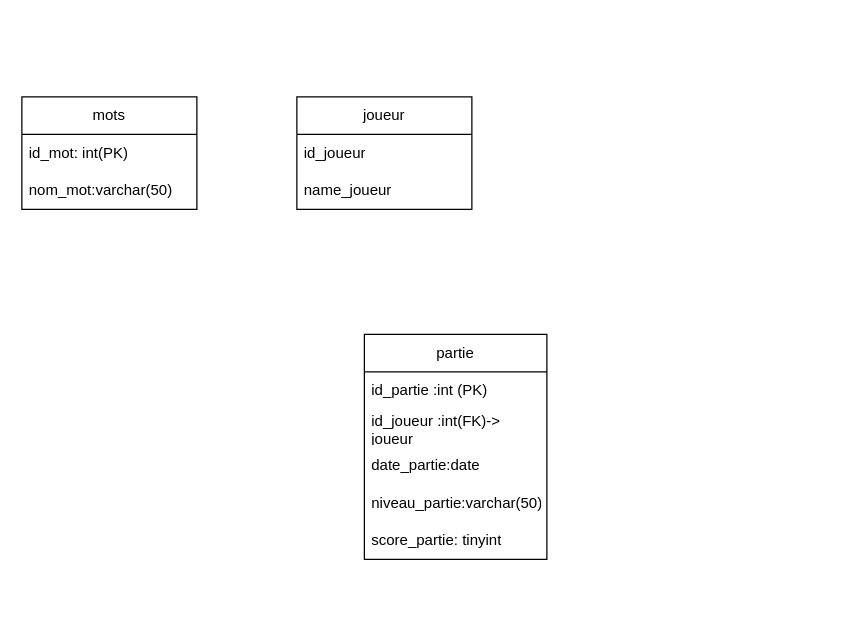
This is mcd pendu.drawio from achraf768/penduBDD, a draw.io file, before an edit. Source tidied: cells renumbered, new cells numbered last; positions are measured from the earlier drawing's top-left corner, leaving out a move shared by most shapes. Both pictures are drawn from the tidied source at 125%, with x=0, y=0 at pixel (21, 96).
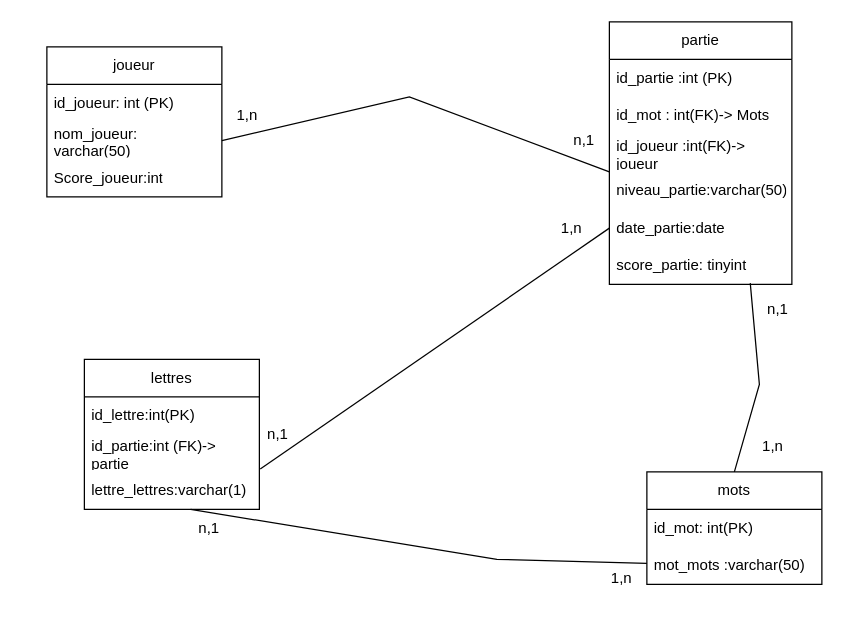
Above is the later version.

Commit message:
Mettre à jour mcd pendu.drawio

The edit, as a diff of the source:
```diff
@@
     <mxCell id="2" value="mots" style="swimlane;fontStyle=0;horizontal=1;startSize=30;whiteSpace=wrap;html=1;" parent="1" vertex="1">
-      <mxGeometry width="140" height="90" as="geometry" />
+      <mxGeometry x="500" y="300" width="140" height="90" as="geometry" />
     </mxCell>
@@
-    <mxCell id="4" value="nom_mot:varchar(50)" style="text;strokeColor=none;fillColor=none;align=left;verticalAlign=middle;spacingLeft=4;spacingRight=4;overflow=hidden;points=[[0,0.5],[1,0.5]];portConstraint=eastwest;whiteSpace=wrap;html=1;" parent="2" vertex="1">
+    <mxCell id="4" value="mot_mots :varchar(50)" style="text;strokeColor=none;fillColor=none;align=left;verticalAlign=middle;spacingLeft=4;spacingRight=4;overflow=hidden;points=[[0,0.5],[1,0.5]];portConstraint=eastwest;whiteSpace=wrap;html=1;" parent="2" vertex="1">
       <mxGeometry y="60" width="140" height="30" as="geometry" />
     </mxCell>
     <mxCell id="5" value="partie" style="swimlane;fontStyle=0;horizontal=1;startSize=30;whiteSpace=wrap;html=1;" parent="1" vertex="1">
-      <mxGeometry x="274" y="190" width="146" height="180" as="geometry" />
+      <mxGeometry x="470" y="-60" width="146" height="210" as="geometry" />
     </mxCell>
@@
+    <mxCell id="14" value="id_mot : int(FK)-&amp;gt; Mots" style="text;strokeColor=none;fillColor=none;align=left;verticalAlign=middle;spacingLeft=4;spacingRight=4;overflow=hidden;whiteSpace=wrap;html=1;" parent="5" vertex="1">
+      <mxGeometry y="60" width="146" height="30" as="geometry" />
+    </mxCell>
     <mxCell id="7" value="id_joueur :int(FK)-&amp;gt; joueur" style="text;strokeColor=none;fillColor=none;align=left;verticalAlign=middle;spacingLeft=4;spacingRight=4;overflow=hidden;whiteSpace=wrap;html=1;" parent="5" vertex="1">
-      <mxGeometry y="60" width="146" height="30" as="geometry" />
+      <mxGeometry y="90" width="146" height="30" as="geometry" />
     </mxCell>
+    <mxCell id="9" value="niveau_partie:varchar(50)" style="text;strokeColor=none;fillColor=none;align=left;verticalAlign=middle;spacingLeft=4;spacingRight=4;overflow=hidden;points=[[0,0.5],[1,0.5]];portConstraint=eastwest;whiteSpace=wrap;html=1;" parent="5" vertex="1">
+      <mxGeometry y="120" width="146" height="30" as="geometry" />
+    </mxCell>
     <mxCell id="8" value="date_partie:date" style="text;strokeColor=none;fillColor=none;align=left;verticalAlign=middle;spacingLeft=4;spacingRight=4;overflow=hidden;points=[[0,0.5],[1,0.5]];portConstraint=eastwest;whiteSpace=wrap;html=1;" parent="5" vertex="1">
-      <mxGeometry y="90" width="146" height="30" as="geometry" />
+      <mxGeometry y="150" width="146" height="30" as="geometry" />
     </mxCell>
-    <mxCell id="9" value="niveau_partie:varchar(50)" style="text;strokeColor=none;fillColor=none;align=left;verticalAlign=middle;spacingLeft=4;spacingRight=4;overflow=hidden;points=[[0,0.5],[1,0.5]];portConstraint=eastwest;whiteSpace=wrap;html=1;" parent="5" vertex="1">
-      <mxGeometry y="120" width="146" height="30" as="geometry" />
-    </mxCell>
     <mxCell id="10" value="score_partie: tinyint" style="text;strokeColor=none;fillColor=none;align=left;verticalAlign=middle;spacingLeft=4;spacingRight=4;overflow=hidden;points=[[0,0.5],[1,0.5]];portConstraint=eastwest;whiteSpace=wrap;html=1;" parent="5" vertex="1">
-      <mxGeometry y="150" width="146" height="30" as="geometry" />
+      <mxGeometry y="180" width="146" height="30" as="geometry" />
     </mxCell>
     <mxCell id="11" value="joueur" style="swimlane;fontStyle=0;horizontal=1;startSize=30;whiteSpace=wrap;html=1;" parent="1" vertex="1">
-      <mxGeometry x="220" width="140" height="90" as="geometry" />
+      <mxGeometry x="20" y="-40" width="140" height="120" as="geometry" />
     </mxCell>
-    <mxCell id="12" value="id_joueur" style="text;strokeColor=none;fillColor=none;align=left;verticalAlign=middle;spacingLeft=4;spacingRight=4;overflow=hidden;whiteSpace=wrap;html=1;" parent="11" vertex="1">
+    <mxCell id="12" value="id_joueur: int (PK)" style="text;strokeColor=none;fillColor=none;align=left;verticalAlign=middle;spacingLeft=4;spacingRight=4;overflow=hidden;whiteSpace=wrap;html=1;" parent="11" vertex="1">
       <mxGeometry y="30" width="140" height="30" as="geometry" />
     </mxCell>
-    <mxCell id="13" value="name_joueur" style="text;strokeColor=none;fillColor=none;align=left;verticalAlign=middle;spacingLeft=4;spacingRight=4;overflow=hidden;points=[[0,0.5],[1,0.5]];portConstraint=eastwest;whiteSpace=wrap;html=1;" parent="11" vertex="1">
+    <mxCell id="13" value="nom_joueur: varchar(50)" style="text;strokeColor=none;fillColor=none;align=left;verticalAlign=middle;spacingLeft=4;spacingRight=4;overflow=hidden;points=[[0,0.5],[1,0.5]];portConstraint=eastwest;whiteSpace=wrap;html=1;" parent="11" vertex="1">
       <mxGeometry y="60" width="140" height="30" as="geometry" />
     </mxCell>
+    <mxCell id="15" value="Score_joueur:int" style="text;strokeColor=none;fillColor=none;align=left;verticalAlign=middle;spacingLeft=4;spacingRight=4;overflow=hidden;whiteSpace=wrap;html=1;" parent="11" vertex="1">
+      <mxGeometry y="90" width="140" height="30" as="geometry" />
+    </mxCell>
+    <mxCell id="16" value="lettres" style="swimlane;fontStyle=0;horizontal=1;startSize=30;whiteSpace=wrap;html=1;" parent="1" vertex="1">
+      <mxGeometry x="50" y="210" width="140" height="120" as="geometry" />
+    </mxCell>
+    <mxCell id="17" value="id_lettre:int(PK)" style="text;strokeColor=none;fillColor=none;align=left;verticalAlign=middle;spacingLeft=4;spacingRight=4;overflow=hidden;whiteSpace=wrap;html=1;" parent="16" vertex="1">
+      <mxGeometry y="30" width="140" height="30" as="geometry" />
+    </mxCell>
+    <mxCell id="18" value="id_partie:int (FK)-&amp;gt; partie" style="text;strokeColor=none;fillColor=none;align=left;verticalAlign=middle;spacingLeft=4;spacingRight=4;overflow=hidden;points=[[0,0.5],[1,0.5]];portConstraint=eastwest;whiteSpace=wrap;html=1;" parent="16" vertex="1">
+      <mxGeometry y="60" width="140" height="30" as="geometry" />
+    </mxCell>
+    <mxCell id="19" value="lettre_lettres:varchar(1)" style="text;strokeColor=none;fillColor=none;align=left;verticalAlign=middle;spacingLeft=4;spacingRight=4;overflow=hidden;whiteSpace=wrap;html=1;" parent="16" vertex="1">
+      <mxGeometry y="90" width="140" height="30" as="geometry" />
+    </mxCell>
+    <mxCell id="20" value="n,1" style="text;html=1;strokeColor=none;fillColor=none;align=center;verticalAlign=middle;whiteSpace=wrap;rounded=0;" parent="1" vertex="1">
+      <mxGeometry x="190" y="260" width="30" height="20" as="geometry" />
+    </mxCell>
+    <mxCell id="21" style="endArrow=none;html=1;rounded=0;exitX=1;exitY=0.5;exitDx=0;exitDy=0;entryX=0;entryY=0;entryDx=0;entryDy=0;entryPerimeter=0;" parent="1" edge="1" source="13" target="9">
+      <mxGeometry relative="1" as="geometry">
+        <Array as="points">
+          <mxPoint x="310" />
+        </Array>
+      </mxGeometry>
+    </mxCell>
+    <mxCell id="22" value="1,n" style="text;html=1;align=center;verticalAlign=middle;strokeColor=none;fillColor=none;rotation=0;" parent="1" vertex="1">
+      <mxGeometry x="160" width="40" height="30" as="geometry" />
+    </mxCell>
+    <mxCell id="23" value="n,1" style="text;html=1;strokeColor=none;fillColor=none;align=center;verticalAlign=middle;whiteSpace=wrap;rounded=0;" parent="1" vertex="1">
+      <mxGeometry x="420" y="20" width="60" height="30" as="geometry" />
+    </mxCell>
+    <mxCell id="24" value="n,1" style="text;html=1;strokeColor=none;fillColor=none;align=center;verticalAlign=middle;whiteSpace=wrap;rounded=0;" parent="1" vertex="1">
+      <mxGeometry x="590" y="160" width="30" height="20" as="geometry" />
+    </mxCell>
+    <mxCell id="25" style="endArrow=none;html=1;rounded=0;entryX=0.772;entryY=0.967;entryDx=0;entryDy=0;entryPerimeter=0;exitX=0.5;exitY=0;exitDx=0;exitDy=0;" parent="1" edge="1" source="2" target="10">
+      <mxGeometry relative="1" as="geometry">
+        <Array as="points">
+          <mxPoint x="590" y="230" />
+        </Array>
+      </mxGeometry>
+    </mxCell>
+    <mxCell id="26" value="1,n" style="text;html=1;strokeColor=none;fillColor=none;align=center;verticalAlign=middle;whiteSpace=wrap;rounded=0;" parent="1" vertex="1">
+      <mxGeometry x="586" y="270" width="30" height="20" as="geometry" />
+    </mxCell>
+    <mxCell id="27" value="1,n" style="text;html=1;strokeColor=none;fillColor=none;align=center;verticalAlign=middle;whiteSpace=wrap;rounded=0;" parent="1" vertex="1">
+      <mxGeometry x="410" y="90" width="60" height="30" as="geometry" />
+    </mxCell>
+    <mxCell id="28" style="endArrow=none;html=1;rounded=0;entryX=0;entryY=0.5;entryDx=0;entryDy=0;exitX=1.005;exitY=0.922;exitDx=0;exitDy=0;exitPerimeter=0;" parent="1" edge="1" source="18" target="8">
+      <mxGeometry relative="1" as="geometry" />
+    </mxCell>
+    <mxCell id="29" style="endArrow=none;html=1;rounded=0;exitX=0.25;exitY=0;exitDx=0;exitDy=0;" parent="1" edge="1" source="30" target="4">
+      <mxGeometry relative="1" as="geometry">
+        <Array as="points">
+          <mxPoint x="380" y="370" />
+        </Array>
+      </mxGeometry>
+    </mxCell>
+    <mxCell id="30" value="n,1" style="text;html=1;strokeColor=none;fillColor=none;align=center;verticalAlign=middle;whiteSpace=wrap;rounded=0;" parent="1" vertex="1">
+      <mxGeometry x="120" y="330" width="60" height="30" as="geometry" />
+    </mxCell>
+    <mxCell id="31" value="1,n" style="text;html=1;strokeColor=none;fillColor=none;align=center;verticalAlign=middle;whiteSpace=wrap;rounded=0;" parent="1" vertex="1">
+      <mxGeometry x="450" y="370" width="60" height="30" as="geometry" />
+    </mxCell>
```
